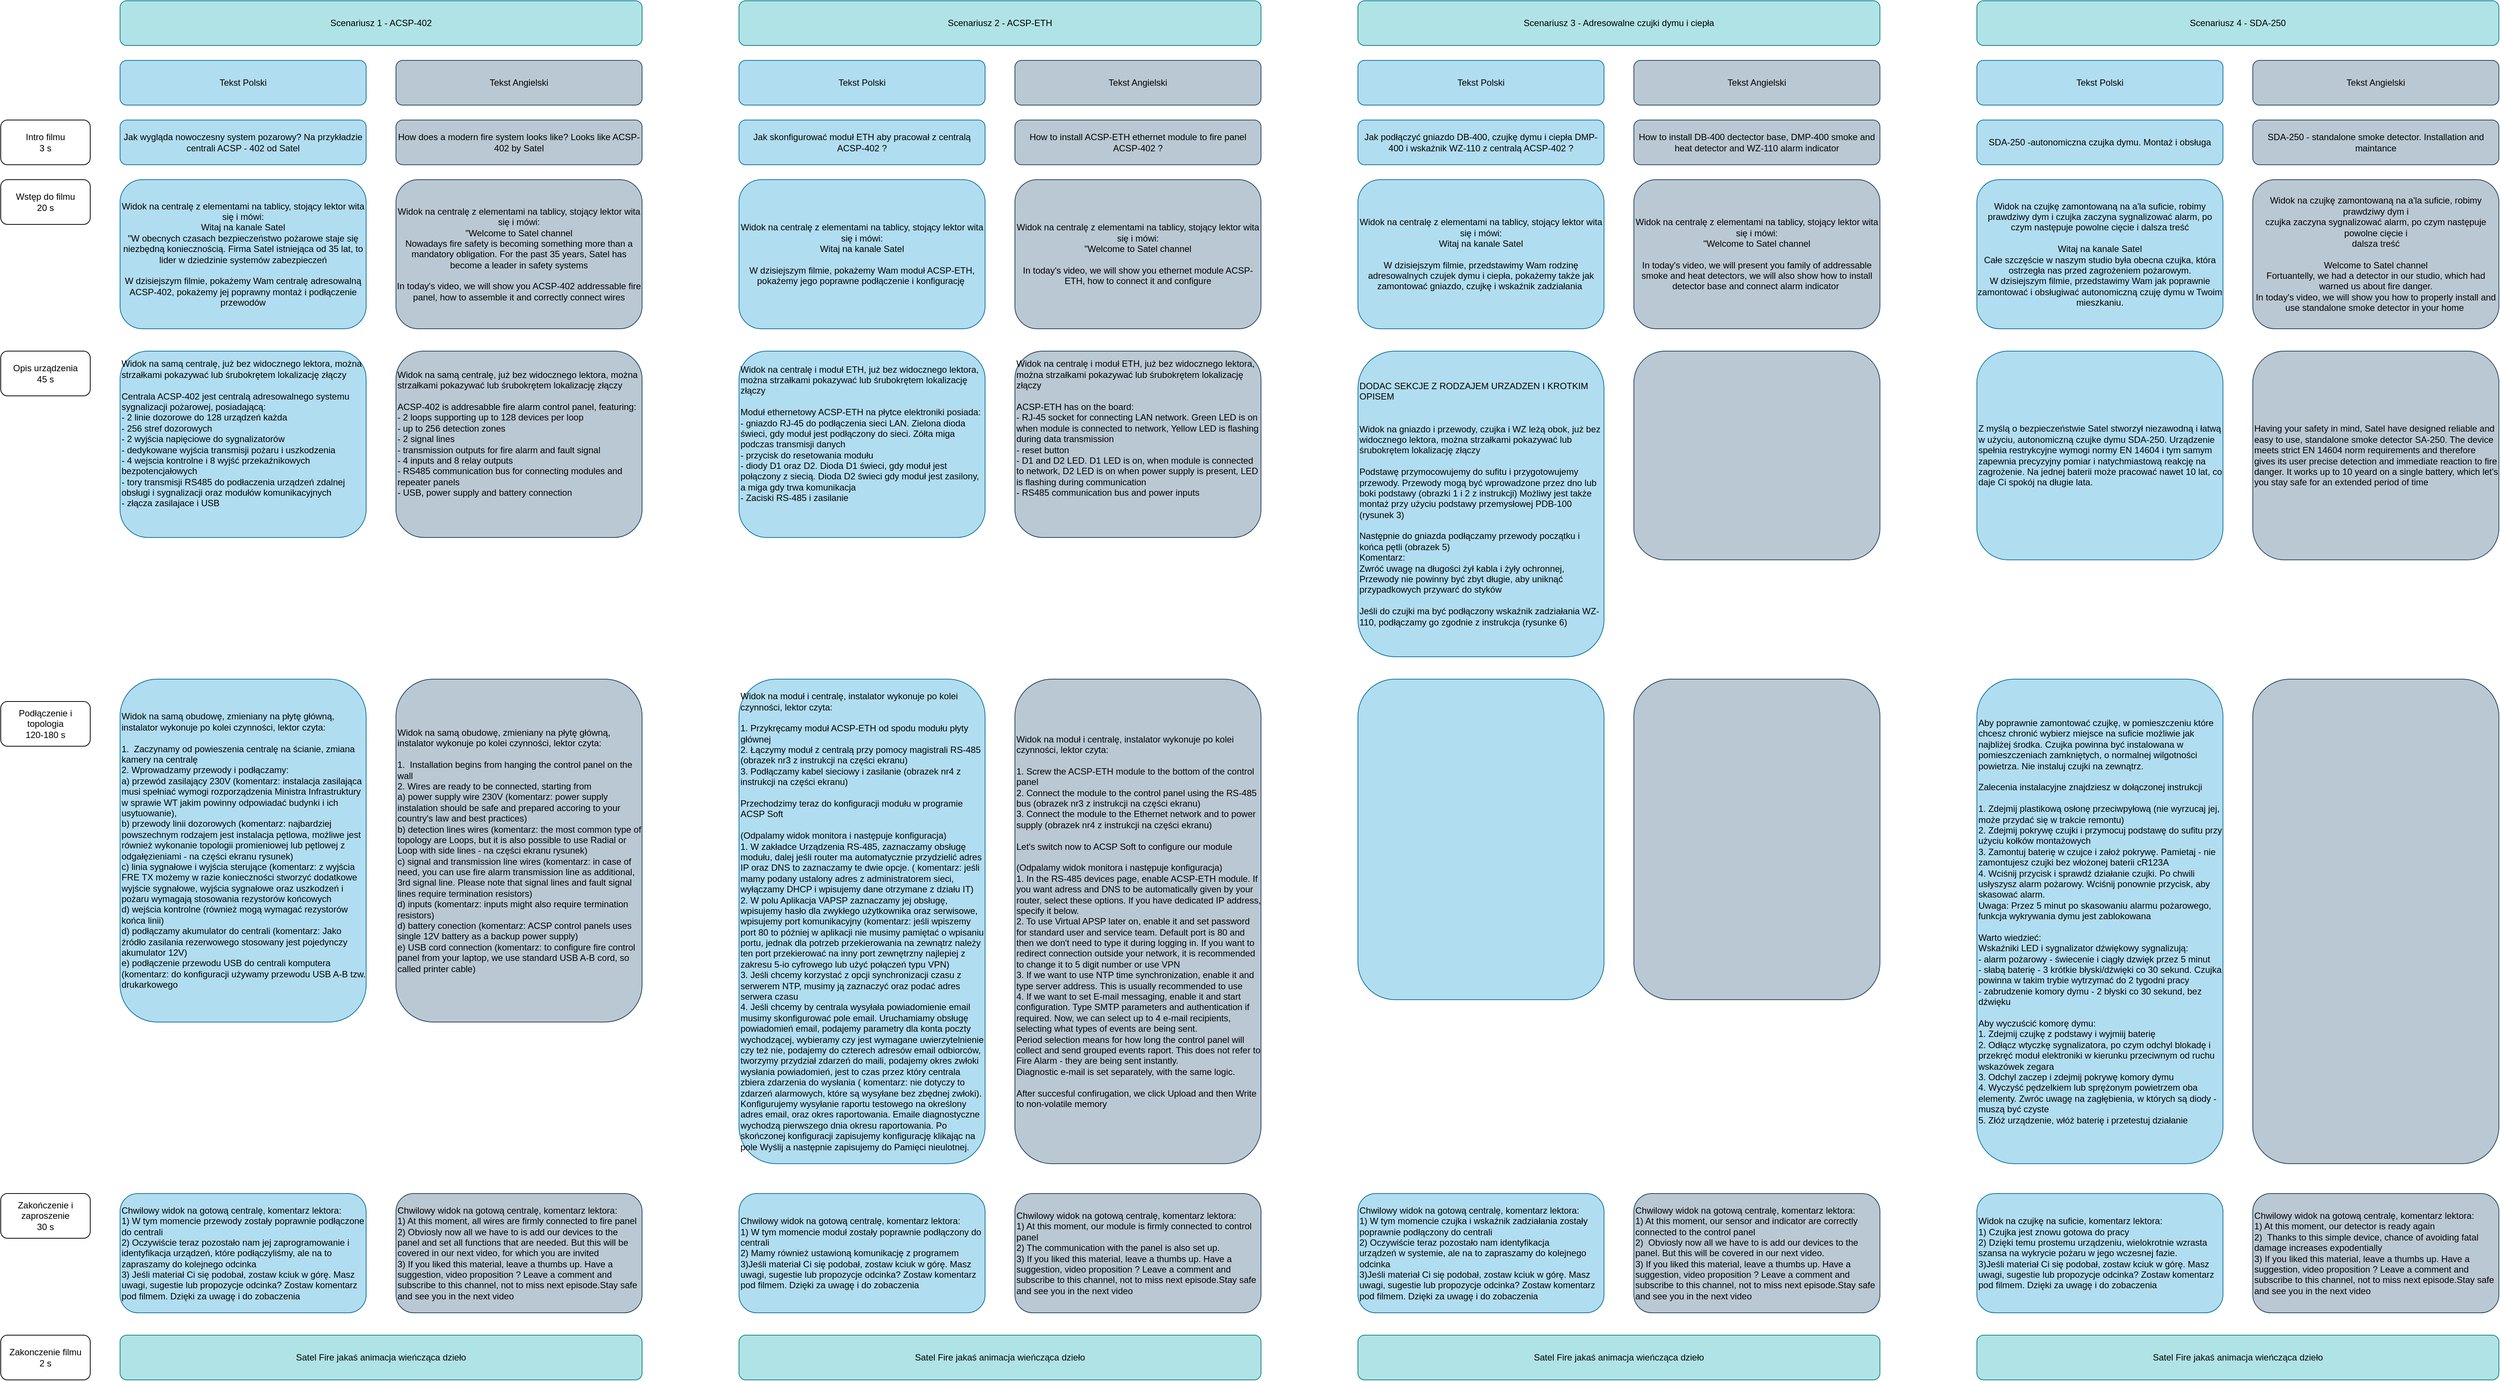
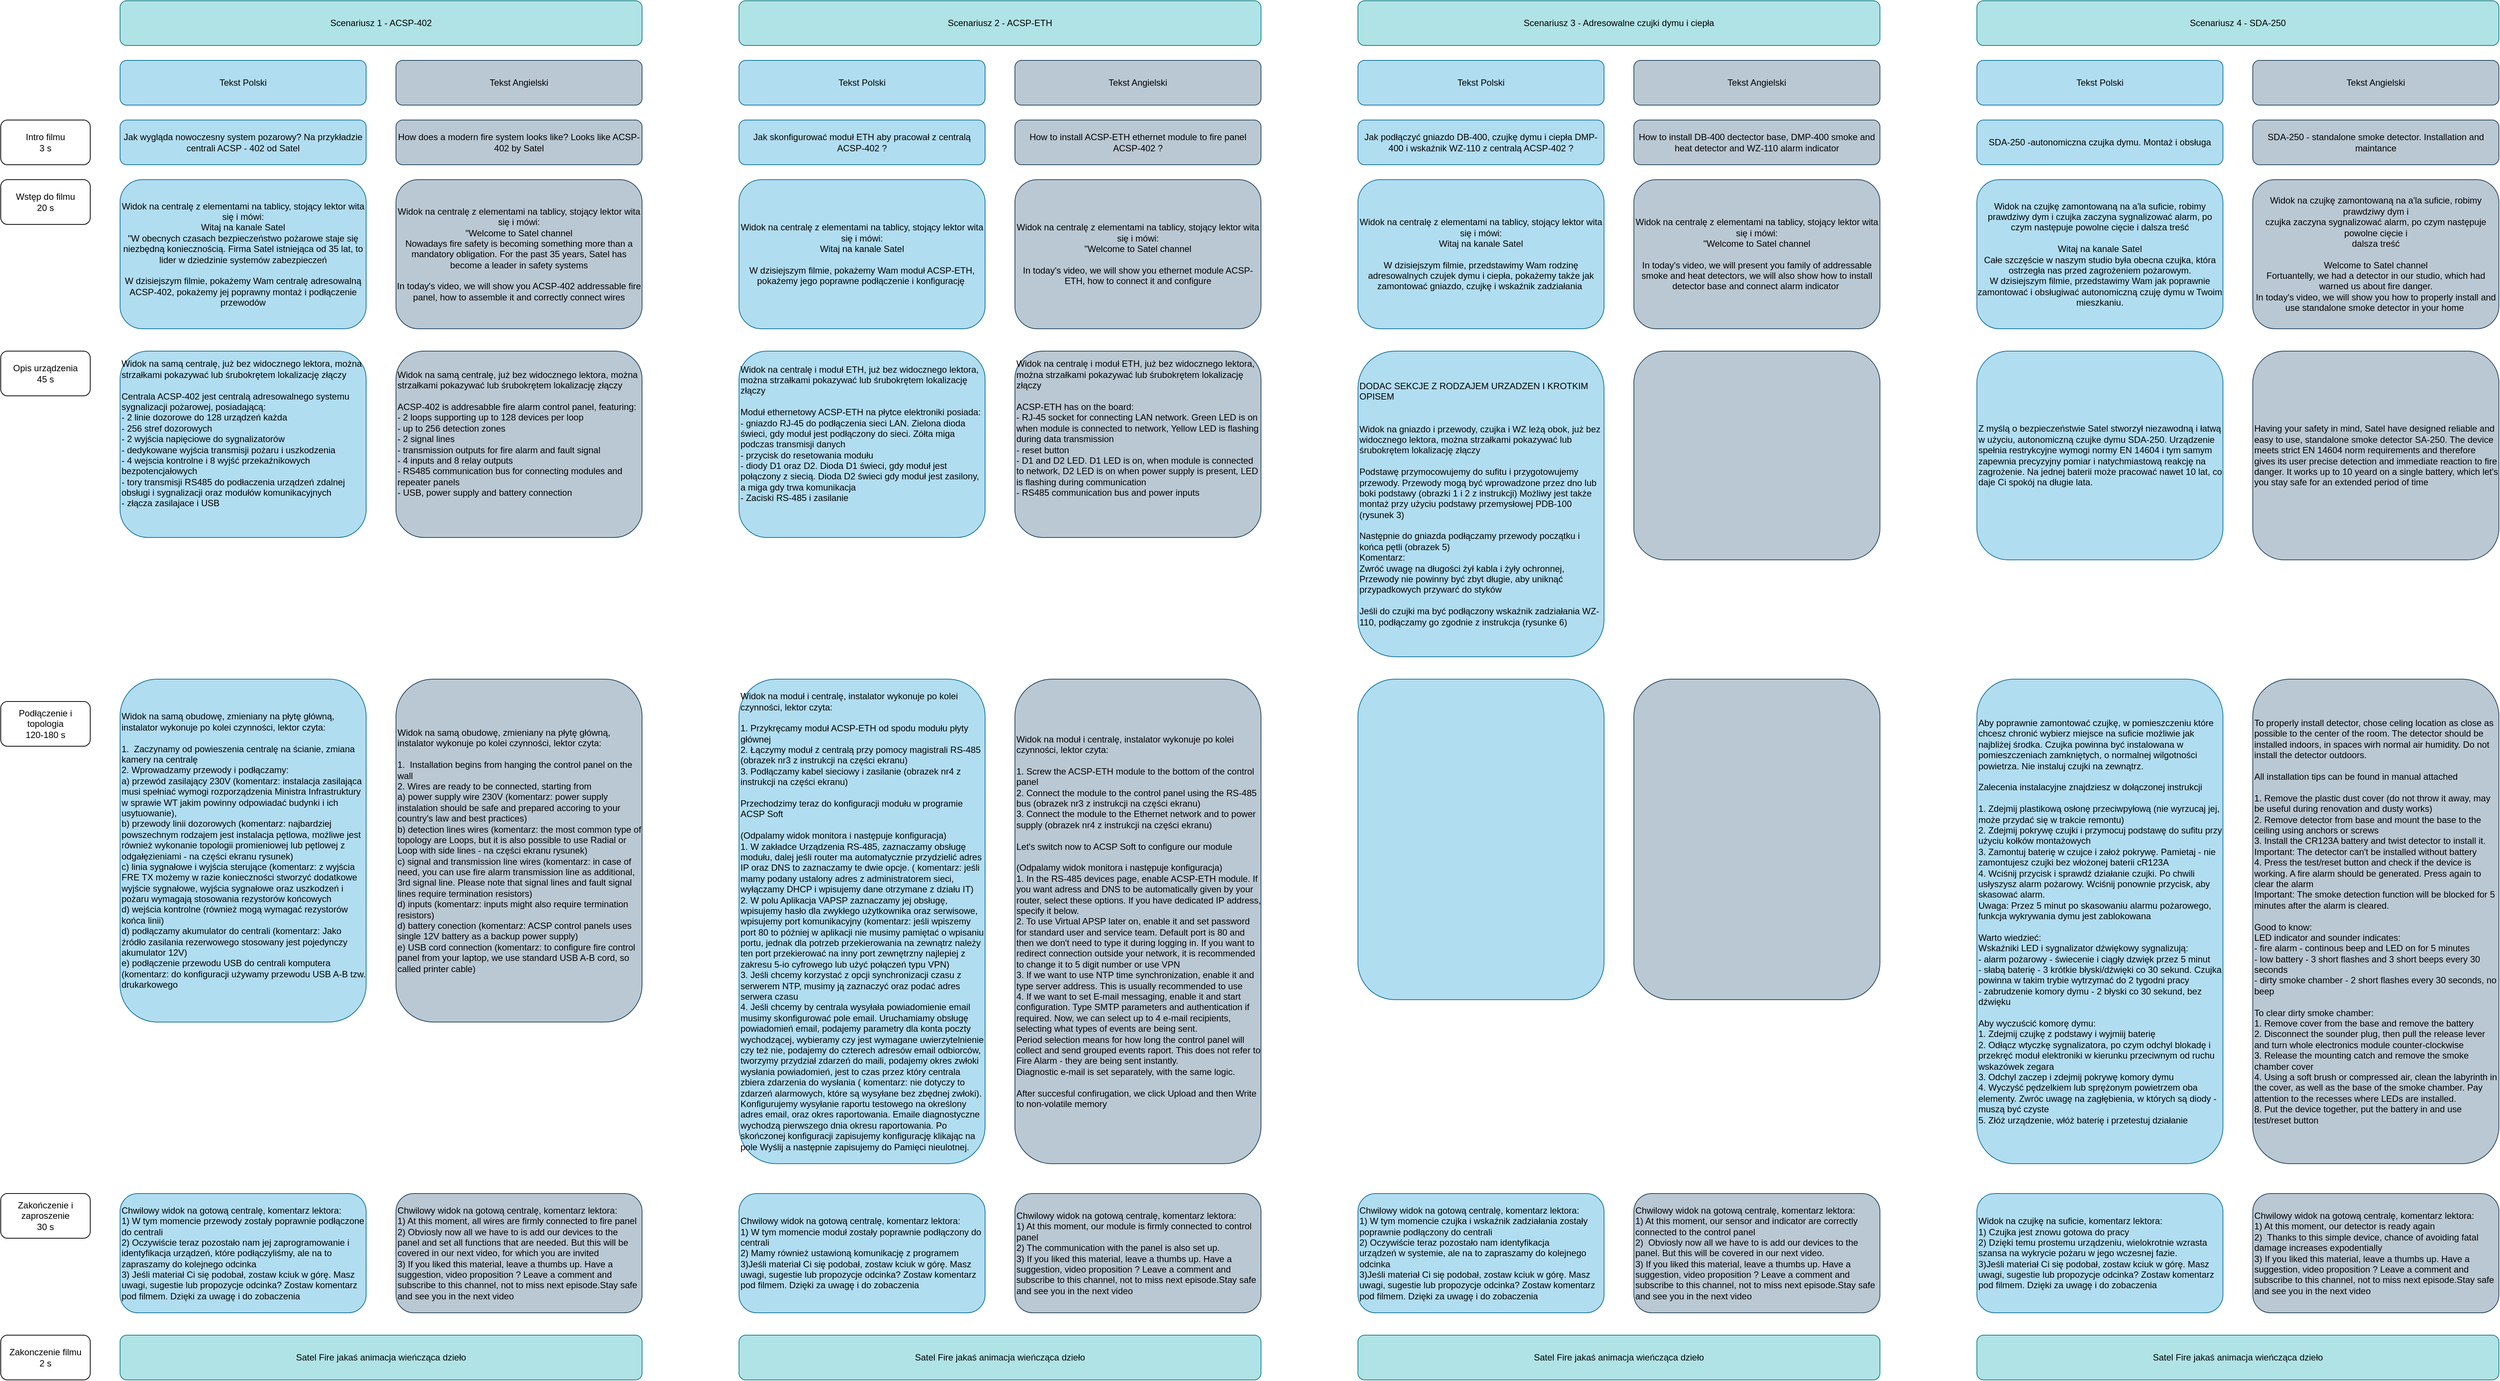
<mxfile host="app.diagrams.net">
  <diagram name="Strona-1" id="z8KAe0LmT8Zc7_pRFNcT">
-     <mxGraphModel dx="941" dy="2108" grid="1" gridSize="10" guides="1" tooltips="1" connect="1" arrows="1" fold="1" page="1" pageScale="1" pageWidth="827" pageHeight="1169" math="0" shadow="0">
+     <mxGraphModel dx="403" dy="1822" grid="1" gridSize="10" guides="1" tooltips="1" connect="1" arrows="1" fold="1" page="1" pageScale="1" pageWidth="827" pageHeight="1169" math="0" shadow="0">
      <root>
        <mxCell id="0" />
        <mxCell id="1" parent="0" />
        <mxCell id="0EHHFv7u1sgkDXgEne3z-1" parent="1" style="rounded=1;whiteSpace=wrap;html=1;align=left;fillColor=#b1ddf0;strokeColor=#10739e;" value="&lt;div align=&quot;left&quot;&gt;Widok na samą obudowę, zmieniany na płytę główną, instalator wykonuje po kolei czynności, lektor czyta:&lt;/div&gt;&lt;div align=&quot;left&quot;&gt;&lt;br&gt;&lt;/div&gt;&lt;div align=&quot;left&quot;&gt;1.&amp;nbsp; Zaczynamy od powieszenia centralę na ścianie, zmiana kamery na centralę&lt;/div&gt;&lt;div align=&quot;left&quot;&gt;2. Wprowadzamy przewody i podłączamy:&amp;nbsp;&lt;/div&gt;&lt;div align=&quot;left&quot;&gt;a) przewód zasilający 230V (komentarz: instalacja zasilająca musi spełniać wymogi rozporządzenia Ministra Infrastruktury w sprawie WT jakim powinny odpowiadać budynki i ich usytuowanie),&amp;nbsp;&lt;/div&gt;&lt;div align=&quot;left&quot;&gt;b) przewody linii dozorowych (komentarz: najbardziej powszechnym rodzajem jest instalacja pętlowa, możliwe jest również wykonanie topologii promieniowej lub pętlowej z odgałęzieniami - na części ekranu rysunek)&lt;/div&gt;&lt;div align=&quot;left&quot;&gt;c) linia sygnałowe i wyjścia sterujące (komentarz: z wyjścia FRE TX możemy w razie konieczności stworzyć dodatkowe wyjście sygnałowe, wyjścia sygnałowe oraz uszkodzeń i pożaru wymagają stosowania rezystorów końcowych&lt;/div&gt;&lt;div align=&quot;left&quot;&gt;d) wejścia kontrolne (również mogą wymagać rezystorów końca linii)&lt;/div&gt;&lt;div align=&quot;left&quot;&gt;d) podłączamy akumulator do centrali (komentarz:&amp;nbsp;Jako źródło zasilania rezerwowego stosowany jest pojedynczy akumulator 12V)&lt;/div&gt;&lt;div align=&quot;left&quot;&gt;e) podłączenie przewodu USB do centrali komputera (komentarz: do konfiguracji używamy przewodu USB A-B tzw. drukarkowego&lt;/div&gt;" vertex="1">
          <mxGeometry height="460" width="330" x="1080" y="790" as="geometry" />
        </mxCell>
        <mxCell id="0EHHFv7u1sgkDXgEne3z-2" parent="1" style="rounded=1;whiteSpace=wrap;html=1;fillColor=#b1ddf0;strokeColor=#10739e;" value="&lt;div&gt;Jak wygląda nowoczesny system pozarowy? Na przykładzie centrali ACSP - 402 od Satel&lt;/div&gt;" vertex="1">
          <mxGeometry height="60" width="330" x="1080" y="40" as="geometry" />
        </mxCell>
        <mxCell id="0EHHFv7u1sgkDXgEne3z-3" parent="1" style="rounded=1;whiteSpace=wrap;html=1;" value="&lt;div&gt;Wstęp do filmu&lt;/div&gt;&lt;div&gt;20 s&lt;/div&gt;" vertex="1">
          <mxGeometry height="60" width="120" x="920" y="120" as="geometry" />
        </mxCell>
        <mxCell id="0EHHFv7u1sgkDXgEne3z-4" parent="1" style="rounded=1;whiteSpace=wrap;html=1;fillColor=#b1ddf0;strokeColor=#10739e;" value="&lt;div&gt;Widok na centralę z elementami na tablicy, stojący lektor wita się i mówi:&lt;/div&gt;&lt;div&gt;Witaj na kanale Satel&lt;/div&gt;&lt;div&gt;&quot;W obecnych czasach bezpieczeństwo pożarowe staje się niezbędną koniecznością. Firma Satel istniejąca od 35 lat, to lider w dziedzinie systemów zabezpieczeń&lt;/div&gt;&lt;div&gt;&lt;br&gt;&lt;/div&gt;&lt;div&gt;W dzisiejszym filmie, pokażemy Wam centralę adresowalną ACSP-402, pokażemy jej poprawny montaż i podłączenie przewodów&lt;/div&gt;" vertex="1">
          <mxGeometry height="200" width="330" x="1080" y="120" as="geometry" />
        </mxCell>
        <mxCell id="0EHHFv7u1sgkDXgEne3z-5" parent="1" style="rounded=1;whiteSpace=wrap;html=1;" value="&lt;div&gt;Opis urządzenia&lt;/div&gt;&lt;div&gt;45 s&lt;/div&gt;" vertex="1">
          <mxGeometry height="60" width="120" x="920" y="350" as="geometry" />
        </mxCell>
        <mxCell id="0EHHFv7u1sgkDXgEne3z-6" parent="1" style="rounded=1;whiteSpace=wrap;html=1;align=left;fillColor=#b1ddf0;strokeColor=#10739e;" value="&lt;div align=&quot;left&quot;&gt;Widok na samą centralę, już bez widocznego lektora, można strzałkami pokazywać lub śrubokrętem lokalizację złączy&lt;/div&gt;&lt;div align=&quot;left&quot;&gt;&lt;br&gt;&lt;/div&gt;&lt;div align=&quot;left&quot;&gt;Centrala ACSP-402 jest centralą adresowalnego systemu sygnalizacji pożarowej, posiadającą:&lt;/div&gt;&lt;div align=&quot;left&quot;&gt;- 2 linie dozorowe do 128 urządzeń każda&lt;/div&gt;&lt;div align=&quot;left&quot;&gt;- 256 stref dozorowych&lt;/div&gt;&lt;div align=&quot;left&quot;&gt;- 2 wyjścia napięciowe do sygnalizatorów&lt;/div&gt;&lt;div align=&quot;left&quot;&gt;- dedykowane wyjścia transmisji pożaru i uszkodzenia&lt;/div&gt;&lt;div align=&quot;left&quot;&gt;- 4 wejscia kontrolne i 8 wyjść przekaźnikowych bezpotencjałowych&lt;/div&gt;&lt;div align=&quot;left&quot;&gt;- tory transmisji RS485 do podłaczenia urządzeń zdalnej obsługi i sygnalizacji oraz modułów komunikacyjnych&amp;nbsp;&lt;/div&gt;&lt;div align=&quot;left&quot;&gt;- złącza zasilajace i USB&lt;/div&gt;&lt;div align=&quot;left&quot;&gt;&lt;br&gt;&lt;/div&gt;&lt;div align=&quot;left&quot;&gt;&lt;br&gt;&lt;/div&gt;" vertex="1">
          <mxGeometry height="250" width="330" x="1080" y="350" as="geometry" />
        </mxCell>
        <mxCell id="0EHHFv7u1sgkDXgEne3z-7" parent="1" style="rounded=1;whiteSpace=wrap;html=1;" value="&lt;div&gt;Podłączenie i topologia&lt;/div&gt;&lt;div&gt;120-180 s&lt;/div&gt;" vertex="1">
          <mxGeometry height="60" width="120" x="920" y="820" as="geometry" />
        </mxCell>
        <mxCell id="0EHHFv7u1sgkDXgEne3z-8" parent="1" style="rounded=1;whiteSpace=wrap;html=1;" value="&lt;div&gt;Intro filmu&lt;/div&gt;&lt;div&gt;3 s&lt;/div&gt;" vertex="1">
          <mxGeometry height="60" width="120" x="920" y="40" as="geometry" />
        </mxCell>
        <mxCell id="0EHHFv7u1sgkDXgEne3z-9" parent="1" style="rounded=1;whiteSpace=wrap;html=1;fillColor=#b1ddf0;strokeColor=#10739e;" value="Tekst Polski" vertex="1">
          <mxGeometry height="60" width="330" x="1080" y="-40" as="geometry" />
        </mxCell>
        <mxCell id="0EHHFv7u1sgkDXgEne3z-10" parent="1" style="rounded=1;whiteSpace=wrap;html=1;fillColor=#bac8d3;strokeColor=#23445d;" value="Tekst Angielski" vertex="1">
          <mxGeometry height="60" width="330" x="1450" y="-40" as="geometry" />
        </mxCell>
        <mxCell id="0EHHFv7u1sgkDXgEne3z-11" parent="1" style="rounded=1;whiteSpace=wrap;html=1;fillColor=#b0e3e6;strokeColor=#0e8088;" value="Scenariusz 1 - ACSP-402" vertex="1">
          <mxGeometry height="60" width="700" x="1080" y="-120" as="geometry" />
        </mxCell>
        <mxCell id="0EHHFv7u1sgkDXgEne3z-12" parent="1" style="rounded=1;whiteSpace=wrap;html=1;" value="&lt;div&gt;Zakończenie i zaproszenie&lt;/div&gt;&lt;div&gt;30 s&lt;/div&gt;" vertex="1">
          <mxGeometry height="60" width="120" x="920" y="1480" as="geometry" />
        </mxCell>
        <mxCell id="0EHHFv7u1sgkDXgEne3z-13" parent="1" style="rounded=1;whiteSpace=wrap;html=1;align=left;fillColor=#b1ddf0;strokeColor=#10739e;" value="&lt;div&gt;Chwilowy widok na gotową centralę, komentarz lektora:&lt;/div&gt;&lt;div&gt;1) W tym momencie przewody zostały poprawnie podłączone do centrali&lt;/div&gt;&lt;div&gt;2) Oczywiście teraz pozostało nam jej zaprogramowanie i identyfikacja urządzeń, które podłączyliśmy, ale na to zapraszamy do kolejnego odcinka&lt;/div&gt;&lt;div&gt;3) Jeśli materiał Ci się podobał, zostaw kciuk w górę. Masz uwagi, sugestie lub propozycje odcinka? Zostaw komentarz pod filmem. Dzięki za uwagę i do zobaczenia&lt;/div&gt;" vertex="1">
          <mxGeometry height="160" width="330" x="1080" y="1480" as="geometry" />
        </mxCell>
        <mxCell id="0EHHFv7u1sgkDXgEne3z-14" parent="1" style="rounded=1;whiteSpace=wrap;html=1;fillColor=#b0e3e6;strokeColor=#0e8088;" value="Satel Fire jakaś animacja wieńcząca dzieło" vertex="1">
          <mxGeometry height="60" width="700" x="1080" y="1670" as="geometry" />
        </mxCell>
        <mxCell id="0EHHFv7u1sgkDXgEne3z-15" parent="1" style="rounded=1;whiteSpace=wrap;html=1;" value="&lt;div&gt;Zakonczenie filmu&lt;/div&gt;&lt;div&gt;2 s&lt;/div&gt;" vertex="1">
          <mxGeometry height="60" width="120" x="920" y="1670" as="geometry" />
        </mxCell>
        <mxCell id="0EHHFv7u1sgkDXgEne3z-16" parent="1" style="rounded=1;whiteSpace=wrap;html=1;align=left;fillColor=#bac8d3;strokeColor=#23445d;" value="&lt;div&gt;Chwilowy widok na gotową centralę, komentarz lektora:&lt;/div&gt;&lt;div&gt;1) At this moment, all wires are firmly connected to fire panel&lt;/div&gt;&lt;div&gt;2) Obviosly now all we have to is add our devices to the panel and set all functions that are needed. But this will be covered in our next video, for which you are invited&amp;nbsp;&lt;/div&gt;&lt;div&gt;3) If you liked this material, leave a thumbs up. Have a suggestion, video proposition ? Leave a comment and subscribe to this channel, not to miss next episode.Stay safe and see you in the next video&lt;/div&gt;" vertex="1">
          <mxGeometry height="160" width="330" x="1450" y="1480" as="geometry" />
        </mxCell>
        <mxCell id="0EHHFv7u1sgkDXgEne3z-17" parent="1" style="rounded=1;whiteSpace=wrap;html=1;fillColor=#bac8d3;strokeColor=#23445d;" value="How does a modern fire system looks like? Looks like ACSP-402 by Satel" vertex="1">
          <mxGeometry height="60" width="330" x="1450" y="40" as="geometry" />
        </mxCell>
        <mxCell id="0EHHFv7u1sgkDXgEne3z-18" parent="1" style="rounded=1;whiteSpace=wrap;html=1;fillColor=#bac8d3;strokeColor=#23445d;" value="&lt;div&gt;Widok na centralę z elementami na tablicy, stojący lektor wita się i mówi:&lt;/div&gt;&lt;div&gt;&quot;Welcome to Satel channel&lt;/div&gt;&lt;div&gt;Nowadays fire safety is becoming something more than a mandatory obligation. For the past 35 years, Satel has become a leader in safety systems&lt;/div&gt;&lt;div&gt;&lt;br&gt;&lt;/div&gt;&lt;div&gt;In today&#39;s video, we will show you ACSP-402 addressable fire panel, how to assemble it and correctly connect wires&lt;/div&gt;" vertex="1">
          <mxGeometry height="200" width="330" x="1450" y="120" as="geometry" />
        </mxCell>
        <mxCell id="0EHHFv7u1sgkDXgEne3z-19" parent="1" style="rounded=1;whiteSpace=wrap;html=1;align=left;fillColor=#bac8d3;strokeColor=#23445d;" value="&lt;div align=&quot;left&quot;&gt;Widok na samą centralę, już bez widocznego lektora, można strzałkami pokazywać lub śrubokrętem lokalizację złączy&lt;/div&gt;&lt;div align=&quot;left&quot;&gt;&lt;br&gt;&lt;/div&gt;&lt;div align=&quot;left&quot;&gt;ACSP-402&amp;nbsp;is addresabble fire alarm control panel, featuring:&lt;/div&gt;&lt;div align=&quot;left&quot;&gt;- 2 loops supporting up to 128 devices per loop&lt;/div&gt;&lt;div align=&quot;left&quot;&gt;- up to 256 detection zones&lt;/div&gt;&lt;div align=&quot;left&quot;&gt;- 2 signal lines&lt;/div&gt;&lt;div align=&quot;left&quot;&gt;- transmission outputs for fire alarm and fault signal&lt;/div&gt;&lt;div align=&quot;left&quot;&gt;- 4 inputs and 8 relay outputs&lt;/div&gt;&lt;div align=&quot;left&quot;&gt;- RS485 communication bus for connecting modules and repeater panels&amp;nbsp;&lt;/div&gt;&lt;div align=&quot;left&quot;&gt;- USB, power supply and battery connection&lt;/div&gt;&lt;div align=&quot;left&quot;&gt;&lt;br&gt;&lt;/div&gt;&lt;div align=&quot;left&quot;&gt;&lt;br&gt;&lt;/div&gt;" vertex="1">
          <mxGeometry height="250" width="330" x="1450" y="350" as="geometry" />
        </mxCell>
        <mxCell id="0EHHFv7u1sgkDXgEne3z-20" parent="1" style="rounded=1;whiteSpace=wrap;html=1;align=left;fillColor=#bac8d3;strokeColor=#23445d;" value="&lt;div align=&quot;left&quot;&gt;Widok na samą obudowę, zmieniany na płytę główną, instalator wykonuje po kolei czynności, lektor czyta:&lt;/div&gt;&lt;div align=&quot;left&quot;&gt;&lt;br&gt;&lt;/div&gt;&lt;div align=&quot;left&quot;&gt;1.&amp;nbsp; Installation begins from hanging the control panel on the wall&lt;/div&gt;&lt;div align=&quot;left&quot;&gt;2. Wires are ready to be connected, starting from&lt;/div&gt;&lt;div align=&quot;left&quot;&gt;a) power supply wire 230V (komentarz: power supply instalation should be safe and prepared accoring to your country&#39;s law and best practices)&lt;/div&gt;&lt;div align=&quot;left&quot;&gt;b) detection lines wires (komentarz: the most common type of topology are Loops, but it is also possible to use Radial or Loop with side lines - na części ekranu rysunek)&lt;/div&gt;&lt;div align=&quot;left&quot;&gt;c) signal and transmission line wires (komentarz: in case of need, you can use fire alarm transmission line as additional, 3rd signal line. Please note that signal lines and fault signal lines require termination resistors)&lt;/div&gt;&lt;div align=&quot;left&quot;&gt;d) inputs (komentarz: inputs might also require termination resistors)&lt;/div&gt;&lt;div align=&quot;left&quot;&gt;d) battery conection (komentarz: ACSP control panels uses single 12V battery as a backup power supply)&lt;/div&gt;&lt;div align=&quot;left&quot;&gt;e) USB cord connection (komentarz: to configure fire control panel from your laptop, we use standard USB A-B cord, so called printer cable)&lt;/div&gt;" vertex="1">
          <mxGeometry height="460" width="330" x="1450" y="790" as="geometry" />
        </mxCell>
        <mxCell id="6_1prXv-E_gUM5x_UOCS-1" parent="1" style="rounded=1;whiteSpace=wrap;html=1;align=left;fillColor=#b1ddf0;strokeColor=#10739e;" value="&lt;div align=&quot;left&quot;&gt;Widok na moduł i centralę, instalator wykonuje po kolei czynności, lektor czyta:&lt;/div&gt;&lt;div align=&quot;left&quot;&gt;&lt;br&gt;&lt;/div&gt;&lt;div align=&quot;left&quot;&gt;1. Przykręcamy moduł ACSP-ETH od spodu modułu płyty głównej&lt;/div&gt;&lt;div align=&quot;left&quot;&gt;2. Łączymy moduł z centralą przy pomocy magistrali RS-485 (obrazek nr3 z instrukcji na części ekranu)&lt;/div&gt;&lt;div align=&quot;left&quot;&gt;3. Podłączamy kabel sieciowy i zasilanie (obrazek nr4 z instrukcji na części ekranu)&amp;nbsp;&lt;/div&gt;&lt;div align=&quot;left&quot;&gt;&lt;br&gt;&lt;/div&gt;&lt;div align=&quot;left&quot;&gt;Przechodzimy teraz do konfiguracji modułu w programie ACSP Soft&lt;/div&gt;&lt;div align=&quot;left&quot;&gt;&lt;br&gt;&lt;/div&gt;&lt;div align=&quot;left&quot;&gt;(Odpalamy widok monitora i następuje konfiguracja)&lt;/div&gt;&lt;div align=&quot;left&quot;&gt;1. W zakładce Urządzenia RS-485, zaznaczamy obsługę modułu, dalej jeśli router ma automatycznie przydzielić adres IP oraz DNS to zaznaczamy te dwie opcje. ( komentarz: jeśli mamy podany ustalony adres z administratorem sieci, wyłączamy DHCP i wpisujemy dane otrzymane z działu IT)&lt;/div&gt;&lt;div align=&quot;left&quot;&gt;2. W polu Aplikacja VAPSP zaznaczamy jej obsługę, wpisujemy hasło dla zwykłego użytkownika oraz serwisowe, wpisujemy port komunikacyjny (komentarz: jeśli wpiszemy port 80 to później w aplikacji nie musimy pamiętać o wpisaniu portu, jednak dla potrzeb przekierowania na zewnątrz należy ten port przekierować na inny port zewnętrzny najlepiej z zakresu 5-io cyfrowego lub użyć połączeń typu VPN)&lt;/div&gt;&lt;div align=&quot;left&quot;&gt;3. Jeśli chcemy korzystać z opcji synchronizacji czasu z serwerem NTP, musimy ją zaznaczyć oraz podać adres serwera czasu&lt;/div&gt;&lt;div align=&quot;left&quot;&gt;4. Jeśli chcemy by centrala wysyłała powiadomienie email musimy skonfigurować pole email. Uruchamiamy obsługę powiadomień email, podajemy parametry dla konta poczty wychodzącej, wybieramy czy jest wymagane uwierzytelnienie czy też nie, podajemy do czterech adresów email odbiorców, tworzymy przydział zdarzeń do maili, podajemy okres zwłoki wysłania powiadomień, jest to czas przez który centrala zbiera zdarzenia do wysłania ( komentarz: nie dotyczy to zdarzeń alarmowych, które są wysyłane bez zbędnej zwłoki). Konfigurujemy wysyłanie raportu testowego na określony adres email, oraz okres raportowania. Emaile diagnostyczne wychodzą pierwszego dnia okresu raportowania. Po skończonej konfiguracji zapisujemy konfigurację klikając na pole Wyślij a następnie zapisujemy do Pamięci nieulotnej.&lt;/div&gt;" vertex="1">
          <mxGeometry height="650" width="330" x="1910" y="790" as="geometry" />
        </mxCell>
        <mxCell id="6_1prXv-E_gUM5x_UOCS-2" parent="1" style="rounded=1;whiteSpace=wrap;html=1;fillColor=#b1ddf0;strokeColor=#10739e;" value="Jak skonfigurować moduł ETH aby pracował z centralą ACSP-402 ?" vertex="1">
          <mxGeometry height="60" width="330" x="1910" y="40" as="geometry" />
        </mxCell>
        <mxCell id="6_1prXv-E_gUM5x_UOCS-3" parent="1" style="rounded=1;whiteSpace=wrap;html=1;fillColor=#b1ddf0;strokeColor=#10739e;" value="&lt;div&gt;Widok na centralę z elementami na tablicy, stojący lektor wita się i mówi:&lt;/div&gt;&lt;div&gt;Witaj na kanale Satel&lt;/div&gt;&lt;div&gt;&lt;br&gt;&lt;/div&gt;&lt;div&gt;W dzisiejszym filmie, pokażemy Wam moduł ACSP-ETH, pokażemy jego poprawne podłączenie i konfigurację&amp;nbsp;&lt;/div&gt;" vertex="1">
          <mxGeometry height="200" width="330" x="1910" y="120" as="geometry" />
        </mxCell>
        <mxCell id="6_1prXv-E_gUM5x_UOCS-4" parent="1" style="rounded=1;whiteSpace=wrap;html=1;align=left;fillColor=#b1ddf0;strokeColor=#10739e;" value="&lt;div align=&quot;left&quot;&gt;Widok na centralę i moduł ETH, już bez widocznego lektora, można strzałkami pokazywać lub śrubokrętem lokalizację złączy&lt;/div&gt;&lt;div align=&quot;left&quot;&gt;&lt;br&gt;&lt;/div&gt;&lt;div align=&quot;left&quot;&gt;Moduł ethernetowy ACSP-ETH na płytce elektroniki posiada:&lt;/div&gt;&lt;div align=&quot;left&quot;&gt;- gniazdo RJ-45 do podłączenia sieci LAN. Zielona dioda świeci, gdy moduł jest podłączony do sieci. Zółta miga podczas transmisji danych&lt;/div&gt;&lt;div align=&quot;left&quot;&gt;- przycisk do resetowania modułu&lt;/div&gt;&lt;div align=&quot;left&quot;&gt;- diody D1 oraz D2. Dioda D1 świeci, gdy moduł jest połączony z siecią. Dioda D2 świeci gdy moduł jest zasilony, a miga gdy trwa komunikacja&lt;/div&gt;&lt;div align=&quot;left&quot;&gt;- Zaciski RS-485 i zasilanie&lt;/div&gt;&lt;div align=&quot;left&quot;&gt;&lt;br&gt;&lt;/div&gt;&lt;div align=&quot;left&quot;&gt;&lt;br&gt;&lt;/div&gt;" vertex="1">
          <mxGeometry height="250" width="330" x="1910" y="350" as="geometry" />
        </mxCell>
        <mxCell id="6_1prXv-E_gUM5x_UOCS-5" parent="1" style="rounded=1;whiteSpace=wrap;html=1;fillColor=#b1ddf0;strokeColor=#10739e;" value="Tekst Polski" vertex="1">
          <mxGeometry height="60" width="330" x="1910" y="-40" as="geometry" />
        </mxCell>
        <mxCell id="6_1prXv-E_gUM5x_UOCS-6" parent="1" style="rounded=1;whiteSpace=wrap;html=1;fillColor=#bac8d3;strokeColor=#23445d;" value="Tekst Angielski" vertex="1">
          <mxGeometry height="60" width="330" x="2280" y="-40" as="geometry" />
        </mxCell>
        <mxCell id="6_1prXv-E_gUM5x_UOCS-7" parent="1" style="rounded=1;whiteSpace=wrap;html=1;fillColor=#b0e3e6;strokeColor=#0e8088;" value="Scenariusz 2 - ACSP-ETH" vertex="1">
          <mxGeometry height="60" width="700" x="1910" y="-120" as="geometry" />
        </mxCell>
        <mxCell id="6_1prXv-E_gUM5x_UOCS-8" parent="1" style="rounded=1;whiteSpace=wrap;html=1;align=left;fillColor=#b1ddf0;strokeColor=#10739e;" value="&lt;div&gt;Chwilowy widok na gotową centralę, komentarz lektora:&lt;/div&gt;&lt;div&gt;1) W tym momencie moduł zostały poprawnie podłączony do centrali&lt;/div&gt;&lt;div&gt;2) Mamy również ustawioną komunikację z programem&lt;/div&gt;&lt;div&gt;3)Jeśli materiał Ci się podobał, zostaw kciuk w górę. Masz uwagi, sugestie lub propozycje odcinka? Zostaw komentarz pod filmem. Dzięki za uwagę i do zobaczenia&lt;/div&gt;" vertex="1">
          <mxGeometry height="160" width="330" x="1910" y="1480" as="geometry" />
        </mxCell>
        <mxCell id="6_1prXv-E_gUM5x_UOCS-9" parent="1" style="rounded=1;whiteSpace=wrap;html=1;fillColor=#b0e3e6;strokeColor=#0e8088;" value="Satel Fire jakaś animacja wieńcząca dzieło" vertex="1">
          <mxGeometry height="60" width="700" x="1910" y="1670" as="geometry" />
        </mxCell>
        <mxCell id="6_1prXv-E_gUM5x_UOCS-10" parent="1" style="rounded=1;whiteSpace=wrap;html=1;align=left;fillColor=#bac8d3;strokeColor=#23445d;" value="&lt;div&gt;Chwilowy widok na gotową centralę, komentarz lektora:&lt;/div&gt;&lt;div&gt;1) At this moment, our module is firmly connected to control panel&lt;/div&gt;&lt;div&gt;2) The communication with the panel is also set up.&lt;/div&gt;&lt;div&gt;3) If you liked this material, leave a thumbs up. Have a suggestion, video proposition ? Leave a comment and subscribe to this channel, not to miss next episode.Stay safe and see you in the next video&lt;/div&gt;" vertex="1">
          <mxGeometry height="160" width="330" x="2280" y="1480" as="geometry" />
        </mxCell>
        <mxCell id="6_1prXv-E_gUM5x_UOCS-11" parent="1" style="rounded=1;whiteSpace=wrap;html=1;fillColor=#bac8d3;strokeColor=#23445d;" value="How to install ACSP-ETH ethernet module to fire panel ACSP-402 ?" vertex="1">
          <mxGeometry height="60" width="330" x="2280" y="40" as="geometry" />
        </mxCell>
        <mxCell id="6_1prXv-E_gUM5x_UOCS-12" parent="1" style="rounded=1;whiteSpace=wrap;html=1;fillColor=#bac8d3;strokeColor=#23445d;" value="&lt;div&gt;Widok na centralę z elementami na tablicy, stojący lektor wita się i mówi:&lt;/div&gt;&lt;div&gt;&quot;Welcome to Satel channel&lt;/div&gt;&lt;div&gt;&lt;br&gt;&lt;/div&gt;&lt;div&gt;In today&#39;s video, we will show you ethernet module ACSP-ETH, how to connect it and configure&lt;/div&gt;" vertex="1">
          <mxGeometry height="200" width="330" x="2280" y="120" as="geometry" />
        </mxCell>
        <mxCell id="6_1prXv-E_gUM5x_UOCS-13" parent="1" style="rounded=1;whiteSpace=wrap;html=1;align=left;fillColor=#bac8d3;strokeColor=#23445d;" value="&lt;div align=&quot;left&quot;&gt;Widok na centralę i moduł ETH, już bez widocznego lektora, można strzałkami pokazywać lub śrubokrętem lokalizację złączy&lt;/div&gt;&lt;div align=&quot;left&quot;&gt;&lt;br&gt;&lt;/div&gt;&lt;div align=&quot;left&quot;&gt;ACSP-ETH has on the board:&lt;/div&gt;&lt;div align=&quot;left&quot;&gt;- RJ-45 socket for connecting LAN network. Green LED is on when module is connected to network, Yellow LED is flashing during data transmission&lt;/div&gt;&lt;div align=&quot;left&quot;&gt;- reset button&lt;/div&gt;&lt;div align=&quot;left&quot;&gt;- D1 and D2 LED. D1 LED is on, when module is connected to network, D2 LED is on when power supply is present, LED is flashing during communication&lt;/div&gt;&lt;div align=&quot;left&quot;&gt;-&amp;nbsp;RS485 communication bus and power inputs&lt;/div&gt;&lt;div align=&quot;left&quot;&gt;&lt;br&gt;&lt;/div&gt;&lt;div align=&quot;left&quot;&gt;&lt;br&gt;&lt;br&gt;&lt;/div&gt;" vertex="1">
          <mxGeometry height="250" width="330" x="2280" y="350" as="geometry" />
        </mxCell>
        <mxCell id="6_1prXv-E_gUM5x_UOCS-14" parent="1" style="rounded=1;whiteSpace=wrap;html=1;align=left;fillColor=#bac8d3;strokeColor=#23445d;" value="&lt;br&gt;&lt;div align=&quot;left&quot;&gt;Widok na moduł i centralę, instalator wykonuje po kolei czynności, lektor czyta:&lt;/div&gt;&lt;div align=&quot;left&quot;&gt;&lt;br&gt;&lt;/div&gt;&lt;div align=&quot;left&quot;&gt;1. Screw the ACSP-ETH module to the bottom of the control panel&lt;/div&gt;&lt;div align=&quot;left&quot;&gt;2. Connect the module to the control panel using the RS-485 bus (obrazek nr3 z instrukcji na części ekranu)&lt;div align=&quot;left&quot;&gt;3. Connect the module to the Ethernet network and to power supply (obrazek nr4 z instrukcji na części ekranu)&amp;nbsp;&lt;/div&gt;&lt;/div&gt;&lt;div align=&quot;left&quot;&gt;&lt;br&gt;&lt;/div&gt;&lt;div align=&quot;left&quot;&gt;Let&#39;s switch now to ACSP Soft to configure our module&lt;/div&gt;&lt;div align=&quot;left&quot;&gt;&lt;br&gt;&lt;/div&gt;&lt;div align=&quot;left&quot;&gt;(Odpalamy widok monitora i następuje konfiguracja)&lt;/div&gt;&lt;div align=&quot;left&quot;&gt;1. In the RS-485 devices page, enable ACSP-ETH module. If you want adress and DNS to be automatically given by your router, select these options. If you have dedicated IP address, specify it below.&lt;/div&gt;&lt;div align=&quot;left&quot;&gt;2. To use Virtual APSP later on, enable it and set password for standard user and service team. Default port is 80 and then we don&#39;t need to type it during logging in. If you want to redirect connection outside your network, it is recommended to change it to 5 digit number or use VPN&lt;/div&gt;&lt;div align=&quot;left&quot;&gt;3. If we want to use NTP time synchronization, enable it and type server address. This is usually recommended to use&lt;/div&gt;&lt;div align=&quot;left&quot;&gt;4. If we want to set E-mail messaging, enable it and start configuration. Type SMTP parameters and authentication if required. Now, we can select up to 4 e-mail recipients, selecting what types of events are being sent.&lt;/div&gt;&lt;div align=&quot;left&quot;&gt;Period selection means for how long the control panel will collect and send grouped events raport. This does not refer to Fire Alarm - they are being sent instantly.&lt;/div&gt;&lt;div align=&quot;left&quot;&gt;Diagnostic e-mail is set separately, with the same logic.&lt;/div&gt;&lt;div align=&quot;left&quot;&gt;&lt;br&gt;&lt;/div&gt;&lt;div align=&quot;left&quot;&gt;After succesful confirugation, we click Upload and then Write to non-volatile memory&lt;/div&gt;&lt;div&gt;&lt;br&gt;&lt;/div&gt;" vertex="1">
          <mxGeometry height="650" width="330" x="2280" y="790" as="geometry" />
        </mxCell>
        <mxCell id="0qluF64Sdjj_I7BYTujH-1" parent="1" style="rounded=1;whiteSpace=wrap;html=1;align=left;fillColor=#b1ddf0;strokeColor=#10739e;" value="" vertex="1">
          <mxGeometry height="430" width="330" x="2740" y="790" as="geometry" />
        </mxCell>
        <mxCell id="0qluF64Sdjj_I7BYTujH-2" parent="1" style="rounded=1;whiteSpace=wrap;html=1;fillColor=#b1ddf0;strokeColor=#10739e;" value="Jak podłączyć gniazdo DB-400, czujkę dymu i ciepła DMP-400 i wskaźnik WZ-110 z centralą ACSP-402 ?" vertex="1">
          <mxGeometry height="60" width="330" x="2740" y="40" as="geometry" />
        </mxCell>
        <mxCell id="0qluF64Sdjj_I7BYTujH-3" parent="1" style="rounded=1;whiteSpace=wrap;html=1;fillColor=#b1ddf0;strokeColor=#10739e;" value="&lt;div&gt;Widok na centralę z elementami na tablicy, stojący lektor wita się i mówi:&lt;/div&gt;&lt;div&gt;Witaj na kanale Satel&lt;/div&gt;&lt;div&gt;&lt;br&gt;&lt;/div&gt;&lt;div&gt;W dzisiejszym filmie, przedstawimy Wam rodzinę adresowalnych czujek dymu i ciepła, pokażemy także jak zamontować gniazdo, czujkę i wskaźnik zadziałania&amp;nbsp;&lt;/div&gt;" vertex="1">
          <mxGeometry height="200" width="330" x="2740" y="120" as="geometry" />
        </mxCell>
        <mxCell id="0qluF64Sdjj_I7BYTujH-4" parent="1" style="rounded=1;whiteSpace=wrap;html=1;align=left;fillColor=#b1ddf0;strokeColor=#10739e;" value="&lt;div align=&quot;left&quot;&gt;&lt;br&gt;&lt;/div&gt;&lt;div align=&quot;left&quot;&gt;DODAC SEKCJE Z RODZAJEM URZADZEN I KROTKIM OPISEM&lt;/div&gt;&lt;div align=&quot;left&quot;&gt;&lt;br&gt;&lt;/div&gt;&lt;div align=&quot;left&quot;&gt;&lt;br&gt;&lt;/div&gt;&lt;div align=&quot;left&quot;&gt;Widok na gniazdo i przewody, czujka i WZ leżą obok, już bez widocznego lektora, można strzałkami pokazywać lub śrubokrętem lokalizację złączy&lt;/div&gt;&lt;div align=&quot;left&quot;&gt;&lt;br&gt;&lt;/div&gt;&lt;div align=&quot;left&quot;&gt;Podstawę przymocowujemy do sufitu i przygotowujemy przewody. Przewody mogą być wprowadzone przez dno lub boki podstawy&amp;nbsp;(obrazki 1 i 2 z instrukcji) Możliwy jest&amp;nbsp;także montaż przy użyciu podstawy przemysłowej PDB-100 (rysunek 3)&lt;/div&gt;&lt;div align=&quot;left&quot;&gt;&lt;br&gt;&lt;/div&gt;&lt;div align=&quot;left&quot;&gt;Następnie do gniazda podłączamy przewody początku i końca pętli (obrazek 5)&amp;nbsp;&amp;nbsp;&lt;/div&gt;&lt;div align=&quot;left&quot;&gt;Komentarz:&lt;/div&gt;&lt;div align=&quot;left&quot;&gt;Zwróć uwagę na długości żył kabla i żyły ochronnej, Przewody nie powinny być zbyt długie, aby uniknąć przypadkowych przywarć do styków&amp;nbsp;&lt;/div&gt;&lt;div align=&quot;left&quot;&gt;&lt;br&gt;&lt;/div&gt;&lt;div align=&quot;left&quot;&gt;Jeśli do czujki ma być podłączony wskaźnik zadziałania WZ-110, podłączamy go zgodnie z instrukcja (rysunke 6)&lt;/div&gt;&lt;div align=&quot;left&quot;&gt;&lt;br&gt;&lt;/div&gt;" vertex="1">
          <mxGeometry height="410" width="330" x="2740" y="350" as="geometry" />
        </mxCell>
        <mxCell id="0qluF64Sdjj_I7BYTujH-5" parent="1" style="rounded=1;whiteSpace=wrap;html=1;fillColor=#b1ddf0;strokeColor=#10739e;" value="Tekst Polski" vertex="1">
          <mxGeometry height="60" width="330" x="2740" y="-40" as="geometry" />
        </mxCell>
        <mxCell id="0qluF64Sdjj_I7BYTujH-6" parent="1" style="rounded=1;whiteSpace=wrap;html=1;fillColor=#bac8d3;strokeColor=#23445d;" value="Tekst Angielski" vertex="1">
          <mxGeometry height="60" width="330" x="3110" y="-40" as="geometry" />
        </mxCell>
        <mxCell id="0qluF64Sdjj_I7BYTujH-7" parent="1" style="rounded=1;whiteSpace=wrap;html=1;fillColor=#b0e3e6;strokeColor=#0e8088;" value="Scenariusz 3 - Adresowalne czujki dymu i ciepła" vertex="1">
          <mxGeometry height="60" width="700" x="2740" y="-120" as="geometry" />
        </mxCell>
        <mxCell id="0qluF64Sdjj_I7BYTujH-8" parent="1" style="rounded=1;whiteSpace=wrap;html=1;align=left;fillColor=#b1ddf0;strokeColor=#10739e;" value="&lt;div&gt;Chwilowy widok na gotową centralę, komentarz lektora:&lt;/div&gt;&lt;div&gt;1) W tym momencie czujka i wskaźnik zadziałania zostały poprawnie podłączony do centrali&lt;/div&gt;&lt;div&gt;2)&amp;nbsp;Oczywiście teraz pozostało nam identyfikacja &lt;br/&gt;urządzeń w systemie, ale na to zapraszamy do kolejnego odcinka&lt;/div&gt;&lt;div&gt;3)Jeśli materiał Ci się podobał, zostaw kciuk w górę. Masz uwagi, sugestie lub propozycje odcinka? Zostaw komentarz pod filmem. Dzięki za uwagę i do zobaczenia&lt;/div&gt;" vertex="1">
          <mxGeometry height="160" width="330" x="2740" y="1480" as="geometry" />
        </mxCell>
        <mxCell id="0qluF64Sdjj_I7BYTujH-9" parent="1" style="rounded=1;whiteSpace=wrap;html=1;fillColor=#b0e3e6;strokeColor=#0e8088;" value="Satel Fire jakaś animacja wieńcząca dzieło" vertex="1">
          <mxGeometry height="60" width="700" x="2740" y="1670" as="geometry" />
        </mxCell>
        <mxCell id="0qluF64Sdjj_I7BYTujH-10" parent="1" style="rounded=1;whiteSpace=wrap;html=1;align=left;fillColor=#bac8d3;strokeColor=#23445d;" value="&lt;div&gt;Chwilowy widok na gotową centralę, komentarz lektora:&lt;/div&gt;&lt;div&gt;1) At this moment, our sensor and indicator are correctly connected to the control panel&lt;/div&gt;&lt;div&gt;2)&amp;nbsp; Obviosly now all we have to is add our devices to the panel. But this will be covered in our next video.&lt;/div&gt;&lt;div&gt;3) If you liked this material, leave a thumbs up. Have a suggestion, video proposition ? Leave a comment and subscribe to this channel, not to miss next episode.Stay safe and see you in the next video&lt;/div&gt;" vertex="1">
          <mxGeometry height="160" width="330" x="3110" y="1480" as="geometry" />
        </mxCell>
        <mxCell id="0qluF64Sdjj_I7BYTujH-11" parent="1" style="rounded=1;whiteSpace=wrap;html=1;fillColor=#bac8d3;strokeColor=#23445d;" value="How to install DB-400 dectector base, DMP-400 smoke and heat detector and WZ-110 alarm indicator" vertex="1">
          <mxGeometry height="60" width="330" x="3110" y="40" as="geometry" />
        </mxCell>
        <mxCell id="0qluF64Sdjj_I7BYTujH-12" parent="1" style="rounded=1;whiteSpace=wrap;html=1;fillColor=#bac8d3;strokeColor=#23445d;" value="&lt;div&gt;Widok na centralę z elementami na tablicy, stojący lektor wita się i mówi:&lt;/div&gt;&lt;div&gt;&quot;Welcome to Satel channel&lt;/div&gt;&lt;div&gt;&lt;br&gt;&lt;/div&gt;&lt;div&gt;In today&#39;s video, we will present you family of addressable smoke and heat detectors, we will also show how to install detector base and connect alarm indicator&amp;nbsp;&lt;/div&gt;" vertex="1">
          <mxGeometry height="200" width="330" x="3110" y="120" as="geometry" />
        </mxCell>
        <mxCell id="0qluF64Sdjj_I7BYTujH-13" parent="1" style="rounded=1;whiteSpace=wrap;html=1;align=left;fillColor=#bac8d3;strokeColor=#23445d;" value="&lt;br&gt;&lt;div align=&quot;left&quot;&gt;&lt;br&gt;&lt;/div&gt;&lt;div align=&quot;left&quot;&gt;&lt;br&gt;&lt;br&gt;&lt;/div&gt;" vertex="1">
          <mxGeometry height="280" width="330" x="3110" y="350" as="geometry" />
        </mxCell>
        <mxCell id="0qluF64Sdjj_I7BYTujH-14" parent="1" style="rounded=1;whiteSpace=wrap;html=1;align=left;fillColor=#bac8d3;strokeColor=#23445d;" value="" vertex="1">
          <mxGeometry height="430" width="330" x="3110" y="790" as="geometry" />
        </mxCell>
        <mxCell id="0qluF64Sdjj_I7BYTujH-15" parent="1" style="rounded=1;whiteSpace=wrap;html=1;align=left;fillColor=#b1ddf0;strokeColor=#10739e;" value="&lt;div&gt;Aby poprawnie zamontować czujkę, w pomieszczeniu które chcesz chronić wybierz miejsce na suficie możliwie jak najbliżej środka. Czujka powinna być instalowana w pomieszczeniach zamkniętych, o normalnej wilgotności powietrza. Nie instaluj czujki na zewnątrz.&lt;/div&gt;&lt;div&gt;&lt;br&gt;&lt;/div&gt;&lt;div&gt;Zalecenia instalacyjne znajdziesz w dołączonej instrukcji&lt;/div&gt;&lt;div&gt;&lt;br&gt;&lt;/div&gt;&lt;div&gt;1. Zdejmij plastikową osłonę przeciwpyłową (nie wyrzucaj jej, może przydać się w trakcie remontu)&lt;/div&gt;&lt;div&gt;2. Zdejmij pokrywę czujki i przymocuj podstawę do sufitu przy użyciu kołków montażowych&amp;nbsp;&lt;/div&gt;&lt;div&gt;3. Zamontuj baterię w czujce i założ pokrywę. Pamietaj - nie zamontujesz czujki bez włożonej baterii cR123A&lt;/div&gt;&lt;div&gt;4. Wciśnij przycisk i sprawdź działanie czujki. Po chwili usłyszysz alarm pożarowy. Wciśnij ponownie przycisk, aby skasować alarm.&lt;/div&gt;&lt;div&gt;Uwaga: Przez 5 minut po skasowaniu alarmu pożarowego, funkcja wykrywania dymu jest zablokowana&lt;/div&gt;&lt;div&gt;&lt;br&gt;&lt;/div&gt;&lt;div&gt;Warto wiedzieć:&lt;/div&gt;&lt;div&gt;Wskaźniki LED i sygnalizator dźwiękowy sygnalizują:&lt;/div&gt;&lt;div&gt;- alarm pożarowy - świecenie i ciągły dzwięk przez 5 minut&lt;/div&gt;&lt;div&gt;- słabą baterię - 3 krótkie błyski/dźwięki co 30 sekund. Czujka powinna w takim trybie wytrzymać do 2 tygodni pracy&lt;/div&gt;&lt;div&gt;- zabrudzenie komory dymu - 2 błyski co 30 sekund, bez dźwięku&lt;/div&gt;&lt;div&gt;&lt;br&gt;&lt;/div&gt;&lt;div&gt;Aby wyczuścić komorę dymu:&lt;/div&gt;&lt;div&gt;1. Zdejmij czujkę z podstawy i wyjmiij baterię&lt;/div&gt;&lt;div&gt;2. Odłącz wtyczkę sygnalizatora, po czym odchyl blokadę i przekręć moduł elektroniki w kierunku przeciwnym od ruchu wskazówek zegara&lt;/div&gt;&lt;div&gt;3. Odchyl zaczep i zdejmij pokrywę komory dymu&lt;/div&gt;&lt;div&gt;4. Wyczyść pędzelkiem lub sprężonym powietrzem oba elementy. Zwróc uwagę na zagłębienia, w których są diody - muszą być czyste&lt;/div&gt;&lt;div&gt;5. Złóż urządzenie, włóż baterię i przetestuj działanie&lt;/div&gt;" vertex="1">
          <mxGeometry height="650" width="330" x="3570" y="790" as="geometry" />
        </mxCell>
        <mxCell id="0qluF64Sdjj_I7BYTujH-16" parent="1" style="rounded=1;whiteSpace=wrap;html=1;fillColor=#b1ddf0;strokeColor=#10739e;" value="SDA-250 -autonomiczna czujka dymu. Montaż i obsługa" vertex="1">
          <mxGeometry height="60" width="330" x="3570" y="40" as="geometry" />
        </mxCell>
        <mxCell id="0qluF64Sdjj_I7BYTujH-17" parent="1" style="rounded=1;whiteSpace=wrap;html=1;fillColor=#b1ddf0;strokeColor=#10739e;" value="&lt;div&gt;Widok na czujkę zamontowaną na a&#39;la suficie, robimy prawdziwy dym i czujka zaczyna sygnalizować alarm, po czym następuje powolne cięcie i dalsza treść&lt;/div&gt;&lt;div&gt;&lt;br&gt;&lt;/div&gt;&lt;div&gt;Witaj na kanale Satel&lt;/div&gt;&lt;div&gt;Całe szczęście w naszym studio była obecna czujka, która ostrzegła nas przed zagrożeniem pożarowym.&lt;/div&gt;&lt;div&gt;W dzisiejszym filmie, przedstawimy Wam jak poprawnie zamontować i obsługiwać autonomiczną czuję dymu w Twoim mieszkaniu.&lt;/div&gt;" vertex="1">
          <mxGeometry height="200" width="330" x="3570" y="120" as="geometry" />
        </mxCell>
        <mxCell id="0qluF64Sdjj_I7BYTujH-18" parent="1" style="rounded=1;whiteSpace=wrap;html=1;align=left;fillColor=#b1ddf0;strokeColor=#10739e;" value="Z myślą o bezpieczeństwie Satel stworzył niezawodną i łatwą w użyciu, autonomiczną czujke dymu SDA-250. Urządzenie spełnia restrykcyjne wymogi normy EN 14604 i tym samym zapewnia precyzyjny pomiar i natychmiastową reakcję na zagrożenie. Na jednej baterii może pracować nawet 10 lat, co daje Ci spokój na długie lata." vertex="1">
          <mxGeometry height="280" width="330" x="3570" y="350" as="geometry" />
        </mxCell>
        <mxCell id="0qluF64Sdjj_I7BYTujH-19" parent="1" style="rounded=1;whiteSpace=wrap;html=1;fillColor=#b1ddf0;strokeColor=#10739e;" value="Tekst Polski" vertex="1">
          <mxGeometry height="60" width="330" x="3570" y="-40" as="geometry" />
        </mxCell>
        <mxCell id="0qluF64Sdjj_I7BYTujH-20" parent="1" style="rounded=1;whiteSpace=wrap;html=1;fillColor=#bac8d3;strokeColor=#23445d;" value="Tekst Angielski" vertex="1">
          <mxGeometry height="60" width="330" x="3940" y="-40" as="geometry" />
        </mxCell>
        <mxCell id="0qluF64Sdjj_I7BYTujH-21" parent="1" style="rounded=1;whiteSpace=wrap;html=1;fillColor=#b0e3e6;strokeColor=#0e8088;" value="Scenariusz 4 - SDA-250" vertex="1">
          <mxGeometry height="60" width="700" x="3570" y="-120" as="geometry" />
        </mxCell>
        <mxCell id="0qluF64Sdjj_I7BYTujH-22" parent="1" style="rounded=1;whiteSpace=wrap;html=1;align=left;fillColor=#b1ddf0;strokeColor=#10739e;" value="&lt;div&gt;Widok na czujkę na suficie, komentarz lektora:&lt;/div&gt;&lt;div&gt;1) Czujka jest znowu gotowa do pracy&amp;nbsp;&lt;/div&gt;&lt;div&gt;2) Dzięki temu prostemu urządzeniu, wielokrotnie wzrasta szansa na wykrycie pożaru w jego wczesnej fazie.&amp;nbsp;&lt;/div&gt;&lt;div&gt;3)Jeśli materiał Ci się podobał, zostaw kciuk w górę. Masz uwagi, sugestie lub propozycje odcinka? Zostaw komentarz pod filmem. Dzięki za uwagę i do zobaczenia&lt;/div&gt;" vertex="1">
          <mxGeometry height="160" width="330" x="3570" y="1480" as="geometry" />
        </mxCell>
        <mxCell id="0qluF64Sdjj_I7BYTujH-23" parent="1" style="rounded=1;whiteSpace=wrap;html=1;fillColor=#b0e3e6;strokeColor=#0e8088;" value="Satel Fire jakaś animacja wieńcząca dzieło" vertex="1">
          <mxGeometry height="60" width="700" x="3570" y="1670" as="geometry" />
        </mxCell>
        <mxCell id="0qluF64Sdjj_I7BYTujH-24" parent="1" style="rounded=1;whiteSpace=wrap;html=1;align=left;fillColor=#bac8d3;strokeColor=#23445d;" value="&lt;div&gt;Chwilowy widok na gotową centralę, komentarz lektora:&lt;/div&gt;&lt;div&gt;1) At this moment, our detector is ready again&lt;/div&gt;&lt;div&gt;2)&amp;nbsp; Thanks to this simple device, chance of avoiding fatal damage increases expodentially&lt;/div&gt;&lt;div&gt;3) If you liked this material, leave a thumbs up. Have a suggestion, video proposition ? Leave a comment and subscribe to this channel, not to miss next episode.Stay safe and see you in the next video&lt;/div&gt;" vertex="1">
          <mxGeometry height="160" width="330" x="3940" y="1480" as="geometry" />
        </mxCell>
        <mxCell id="0qluF64Sdjj_I7BYTujH-25" parent="1" style="rounded=1;whiteSpace=wrap;html=1;fillColor=#bac8d3;strokeColor=#23445d;" value="SDA-250 - standalone smoke detector. Installation and maintance" vertex="1">
          <mxGeometry height="60" width="330" x="3940" y="40" as="geometry" />
        </mxCell>
        <mxCell id="0qluF64Sdjj_I7BYTujH-26" parent="1" style="rounded=1;whiteSpace=wrap;html=1;fillColor=#bac8d3;strokeColor=#23445d;" value="&lt;div&gt;Widok na czujkę zamontowaną na a&#39;la suficie, robimy prawdziwy dym i&lt;br&gt; czujka zaczyna sygnalizować alarm, po czym następuje powolne cięcie i &lt;br&gt;dalsza treść&lt;/div&gt;&lt;div&gt;&lt;br&gt;&lt;/div&gt;&lt;div&gt;Welcome to Satel channel&lt;/div&gt;&lt;div&gt;Fortuantelly, we had a detector in our studio, which had warned us about fire danger.&lt;/div&gt;&lt;div&gt;In today&#39;s video, we will show you how to properly install and use standalone smoke detector in your home&amp;nbsp;&lt;/div&gt;" vertex="1">
          <mxGeometry height="200" width="330" x="3940" y="120" as="geometry" />
        </mxCell>
        <mxCell id="0qluF64Sdjj_I7BYTujH-27" parent="1" style="rounded=1;whiteSpace=wrap;html=1;align=left;fillColor=#bac8d3;strokeColor=#23445d;" value="Having your safety in mind, Satel have designed reliable and easy to use, standalone smoke detector SA-250. The device meets strict EN 14604 norm requirements and therefore gives its user precise detection and immediate reaction to fire danger. It works up to 10 yeard on a single battery, which let&#39;s you stay safe for an extended period of time" vertex="1">
          <mxGeometry height="280" width="330" x="3940" y="350" as="geometry" />
        </mxCell>
-         <mxCell id="0qluF64Sdjj_I7BYTujH-28" parent="1" style="rounded=1;whiteSpace=wrap;html=1;align=left;fillColor=#bac8d3;strokeColor=#23445d;" value="" vertex="1">
+         <mxCell id="0qluF64Sdjj_I7BYTujH-28" parent="1" style="rounded=1;whiteSpace=wrap;html=1;align=left;fillColor=#bac8d3;strokeColor=#23445d;" value="&lt;div&gt;To properly install detector, chose celing location as close as possible to the center of the room. The detector should be installed indoors, in spaces wirh normal air humidity. Do not install the detector outdoors.&lt;/div&gt;&lt;div&gt;&lt;br&gt;&lt;/div&gt;&lt;div&gt;All installation tips can be found in manual attached&lt;/div&gt;&lt;div&gt;&lt;br&gt;&lt;/div&gt;&lt;div&gt;1. Remove the plastic dust cover (do not throw it away, may be useful during renovation and dusty works)&lt;/div&gt;&lt;div&gt;2. Remove detector from base and mount the base to the ceiling using anchors or screws&lt;/div&gt;&lt;div&gt;3. Install the CR123A battery and twist detector to install it. Important: The detector can&#39;t be installed without battery&lt;/div&gt;&lt;div&gt;4. Press the test/reset button and check if the device is working. A fire alarm should be generated. Press again to clear the alarm&lt;/div&gt;&lt;div&gt;Important: The smoke detection function will be blocked for 5 minutes after the alarm is cleared.&lt;/div&gt;&lt;div&gt;&lt;br&gt;&lt;/div&gt;&lt;div&gt;Good to know:&lt;/div&gt;&lt;div&gt;LED indicator and sounder indicates:&lt;/div&gt;&lt;div&gt;- fire alarm - continous beep and LED on for 5 minutes&lt;/div&gt;&lt;div&gt;- low battery - 3 short flashes and 3 short beeps every 30 seconds&lt;/div&gt;&lt;div&gt;- dirty smoke chamber - 2 short flashes every 30 seconds, no beep&lt;/div&gt;&lt;div&gt;&lt;br&gt;&lt;/div&gt;&lt;div&gt;To clear dirty smoke chamber:&lt;/div&gt;&lt;div&gt;1. Remove cover from the base and remove the battery&lt;/div&gt;&lt;div&gt;2. Disconnect the sounder plug, then pull the release lever and turn whole electronics module counter-clockwise&lt;/div&gt;&lt;div&gt;3. Release the mounting catch and remove the smoke chamber cover&lt;/div&gt;&lt;div&gt;4. Using a soft brush or compressed air, clean the labyrinth in the cover, as well as the base of the smoke chamber. Pay attention to the recesses where LEDs are installed.&lt;br&gt;8. Put the device together, put the battery in and use test/reset button&lt;/div&gt;" vertex="1">
          <mxGeometry height="650" width="330" x="3940" y="790" as="geometry" />
        </mxCell>
      </root>
    </mxGraphModel>
  </diagram>
</mxfile>
